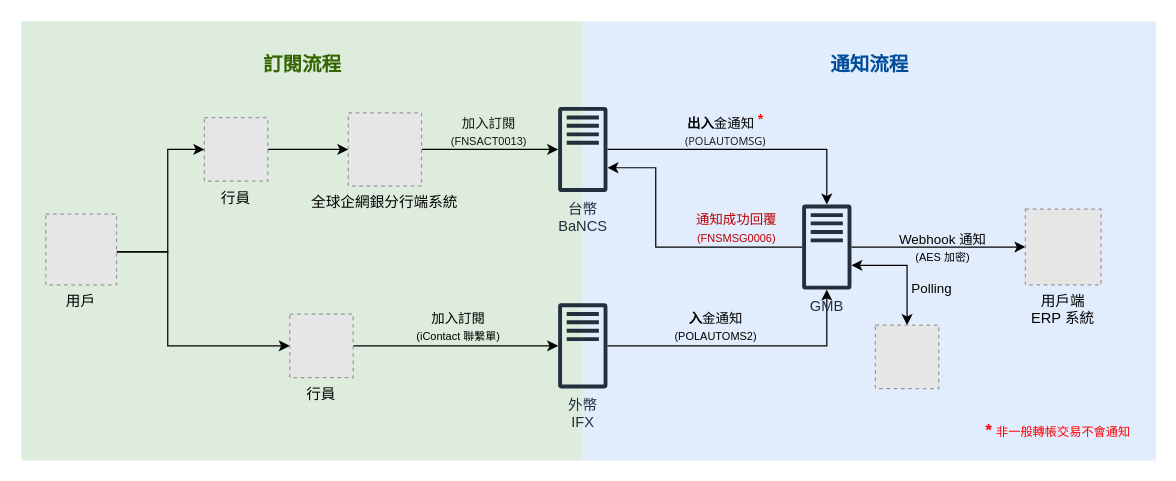
Above: page "新加坡入金通知流程圖" (2 of 2) of 主動入金通知.drawio in Wayne-Kao/draw.io (draw.io), before the change. Source tidied: cells renumbered, new cells numbered last; positions are measured from the earlier drawing's top-left corner, leaving out a move shared by most shapes. Both pictures are drawn from the tidied source at 122%, with x=0, y=0 at pixel (21, 21). Pictures stored in the file or linked from it are replaced by grey dashed boxes.
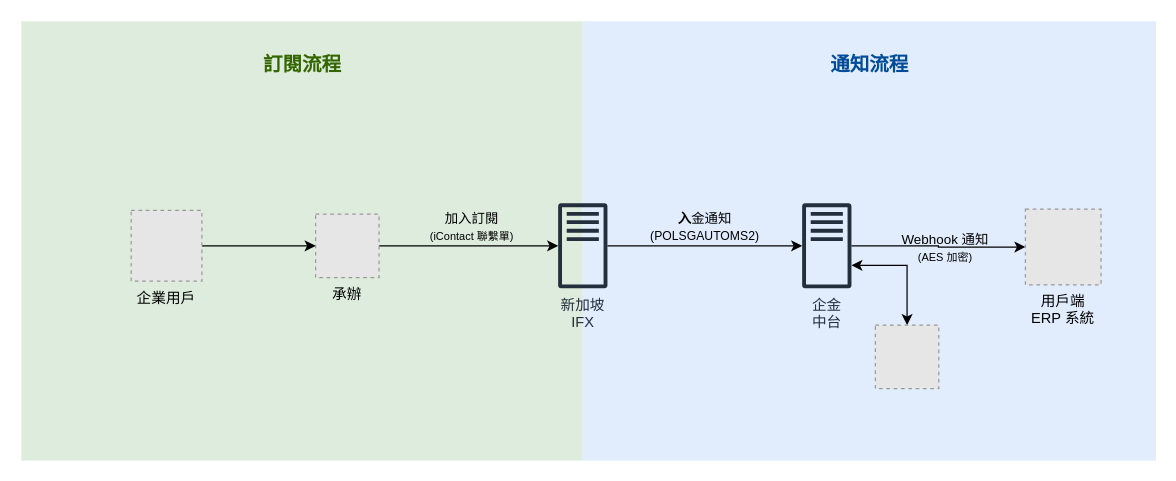
After the change.

The change refers to these unchanged cells:
```xml
<mxCell id="7" style="edgeStyle=orthogonalEdgeStyle;rounded=0;jettySize=auto;html=1;" parent="1" edge="1" source="9" target="29">
  <mxGeometry relative="1" as="geometry" />
</mxCell>
<mxCell id="27" style="edgeStyle=orthogonalEdgeStyle;rounded=0;jettySize=auto;html=1;entryX=0.5;entryY=0;entryDx=0;entryDy=0;startArrow=classic;startFill=1;" parent="1" edge="1" source="29" target="30">
  <mxGeometry relative="1" as="geometry">
    <Array as="points">
      <mxPoint x="726" y="200" />
    </Array>
  </mxGeometry>
</mxCell>
```

Change to the diagram source:
```diff
@@
-    <mxCell id="4" style="edgeStyle=orthogonalEdgeStyle;rounded=0;jettySize=auto;html=1;" parent="1" edge="1" source="6" target="29">
-      <mxGeometry relative="1" as="geometry" />
-    </mxCell>
-    <mxCell id="5" value="&lt;span&gt;&lt;font&gt;&lt;span style=&quot;font-family: &amp;quot;Segoe UI VSS (Regular)&amp;quot;, &amp;quot;Segoe UI&amp;quot;, -apple-system, BlinkMacSystemFont, Roboto, &amp;quot;Helvetica Neue&amp;quot;, Helvetica, Ubuntu, Arial, sans-serif, &amp;quot;Apple Color Emoji&amp;quot;, &amp;quot;Segoe UI Emoji&amp;quot;, &amp;quot;Segoe UI Symbol&amp;quot;; text-align: start; text-wrap-mode: wrap;&quot;&gt;&lt;b&gt;出入&lt;/b&gt;金通知 &lt;sup&gt;&lt;b&gt;&lt;font style=&quot;color: rgb(255, 0, 0);&quot;&gt;*&lt;/font&gt;&lt;/b&gt;&lt;/sup&gt;&lt;br&gt;&lt;/span&gt;&lt;span style=&quot;box-sizing: border-box; color: rgba(0, 0, 0, 0.9); font-family: &amp;quot;Segoe UI VSS (Regular)&amp;quot;, &amp;quot;Segoe UI&amp;quot;, -apple-system, BlinkMacSystemFont, Roboto, &amp;quot;Helvetica Neue&amp;quot;, Helvetica, Ubuntu, Arial, sans-serif, &amp;quot;Apple Color Emoji&amp;quot;, &amp;quot;Segoe UI Emoji&amp;quot;, &amp;quot;Segoe UI Symbol&amp;quot;; text-align: start; text-wrap-mode: wrap;&quot;&gt;&lt;font style=&quot;font-size: 9px;&quot;&gt;(POLAUTOMSG)&lt;/font&gt;&lt;/span&gt;&lt;/font&gt;&lt;/span&gt;" style="edgeLabel;html=1;align=center;verticalAlign=middle;labelBackgroundColor=none;" parent="4" vertex="1">
-      <mxGeometry x="-0.15" y="-2" relative="1" as="geometry">
-        <mxPoint y="-19" as="offset" />
-      </mxGeometry>
-    </mxCell>
-    <mxCell id="6" value="台幣&lt;br&gt;BaNCS" style="sketch=0;outlineConnect=0;fontColor=#232F3E;gradientColor=none;fillColor=#232F3D;strokeColor=none;dashed=0;verticalLabelPosition=bottom;verticalAlign=top;align=center;html=1;fontSize=12;fontStyle=0;shape=mxgraph.aws4.traditional_server;" parent="1" vertex="1">
-      <mxGeometry x="440" y="70" width="40.4" height="70" as="geometry" />
-    </mxCell>
@@
-    <mxCell id="8" value="&lt;span&gt;&lt;b&gt;入&lt;/b&gt;金通知&lt;br&gt;&lt;font style=&quot;font-size: 9px;&quot;&gt;(POLAUTOMS2)&lt;/font&gt;&lt;/span&gt;" style="edgeLabel;html=1;align=center;verticalAlign=middle;labelBackgroundColor=none;" parent="7" vertex="1">
+    <mxCell id="8" value="&lt;span&gt;&lt;b&gt;入&lt;/b&gt;金通知&lt;br&gt;&lt;font style=&quot;&quot;&gt;&lt;font style=&quot;font-size: 10px;&quot;&gt;(POLSGAUTOMS2)&lt;/font&gt;&lt;/font&gt;&lt;/span&gt;" style="edgeLabel;html=1;align=center;verticalAlign=middle;labelBackgroundColor=none;" parent="7" vertex="1">
       <mxGeometry x="-0.08" y="-1" relative="1" as="geometry">
-        <mxPoint x="-16" y="-17" as="offset" />
+        <mxPoint x="6" y="-17" as="offset" />
       </mxGeometry>
     </mxCell>
-    <mxCell id="9" value="外幣&lt;br&gt;IFX" style="sketch=0;outlineConnect=0;fontColor=#232F3E;gradientColor=none;fillColor=#232F3D;strokeColor=none;dashed=0;verticalLabelPosition=bottom;verticalAlign=top;align=center;html=1;fontSize=12;fontStyle=0;shape=mxgraph.aws4.traditional_server;" parent="1" vertex="1">
-      <mxGeometry x="440" y="231" width="40.4" height="70" as="geometry" />
+    <mxCell id="9" value="新加坡&lt;br&gt;IFX" style="sketch=0;outlineConnect=0;fontColor=#232F3E;gradientColor=none;fillColor=#232F3D;strokeColor=none;dashed=0;verticalLabelPosition=bottom;verticalAlign=top;align=center;html=1;fontSize=12;fontStyle=0;shape=mxgraph.aws4.traditional_server;" parent="1" vertex="1">
+      <mxGeometry x="440" y="149" width="40.4" height="70" as="geometry" />
     </mxCell>
-    <mxCell id="10" style="edgeStyle=orthogonalEdgeStyle;rounded=0;jettySize=auto;html=1;" parent="1" edge="1" source="12" target="6">
-      <mxGeometry relative="1" as="geometry" />
-    </mxCell>
-    <mxCell id="11" value="&lt;span style=&quot;color: rgba(0, 0, 0, 0.9); text-align: start; text-wrap-mode: wrap;&quot;&gt;&lt;font style=&quot;&quot; face=&quot;Helvetica&quot;&gt;加入訂閱&lt;br&gt;&lt;font style=&quot;font-size: 9px;&quot;&gt;&amp;nbsp;(FNSACT0013)&amp;nbsp;&lt;/font&gt;&lt;/font&gt;&lt;/span&gt;" style="edgeLabel;html=1;align=center;verticalAlign=middle;labelBackgroundColor=none;" parent="10" vertex="1">
-      <mxGeometry x="-0.08" y="-1" relative="1" as="geometry">
-        <mxPoint x="2" y="-16" as="offset" />
-      </mxGeometry>
-    </mxCell>
-    <mxCell id="12" value="全球企網銀分行端系統" style="fillColor=#E6E6E6;strokeColor=#999999;dashed=1;verticalLabelPosition=bottom;labelBackgroundColor=none;verticalAlign=top;" parent="1" vertex="1">
-      <mxGeometry x="268" y="75" width="60" height="60" as="geometry" />
-    </mxCell>
-    <mxCell id="13" style="edgeStyle=orthogonalEdgeStyle;rounded=0;jettySize=auto;html=1;entryX=0;entryY=0.5;entryDx=0;entryDy=0;" parent="1" edge="1" source="14" target="12">
-      <mxGeometry relative="1" as="geometry" />
-    </mxCell>
-    <mxCell id="14" value="行員" style="fillColor=#E6E6E6;strokeColor=#999999;dashed=1;verticalLabelPosition=bottom;labelBackgroundColor=none;verticalAlign=top;" parent="1" vertex="1">
-      <mxGeometry x="150" y="79" width="52" height="52" as="geometry" />
-    </mxCell>
-    <mxCell id="15" style="edgeStyle=orthogonalEdgeStyle;rounded=0;jettySize=auto;html=1;entryX=0;entryY=0.5;entryDx=0;entryDy=0;" parent="1" edge="1" source="17" target="14">
-      <mxGeometry relative="1" as="geometry">
-        <Array as="points">
-          <mxPoint x="120" y="189" />
-          <mxPoint x="120" y="105" />
-        </Array>
-      </mxGeometry>
-    </mxCell>
     <mxCell id="16" style="edgeStyle=orthogonalEdgeStyle;rounded=0;jettySize=auto;html=1;entryX=0;entryY=0.5;entryDx=0;entryDy=0;" parent="1" edge="1" source="17" target="20">
-      <mxGeometry relative="1" as="geometry">
-        <Array as="points">
-          <mxPoint x="120" y="189" />
-          <mxPoint x="120" y="266" />
-        </Array>
-      </mxGeometry>
+      <mxGeometry relative="1" as="geometry" />
     </mxCell>
-    <mxCell id="17" value="用戶" style="fillColor=#E6E6E6;strokeColor=#999999;dashed=1;verticalLabelPosition=bottom;labelBackgroundColor=none;verticalAlign=top;" parent="1" vertex="1">
-      <mxGeometry x="20" y="158" width="58" height="58" as="geometry" />
+    <mxCell id="17" value="企業用戶" style="fillColor=#E6E6E6;strokeColor=#999999;dashed=1;verticalLabelPosition=bottom;labelBackgroundColor=none;verticalAlign=top;" parent="1" vertex="1">
+      <mxGeometry x="90" y="155" width="58" height="58" as="geometry" />
     </mxCell>
@@
-    <mxCell id="20" value="行員" style="fillColor=#E6E6E6;strokeColor=#999999;dashed=1;verticalLabelPosition=bottom;labelBackgroundColor=none;verticalAlign=top;" parent="1" vertex="1">
-      <mxGeometry x="220" y="240" width="52" height="52" as="geometry" />
+    <mxCell id="20" value="承辦" style="fillColor=#E6E6E6;strokeColor=#999999;dashed=1;verticalLabelPosition=bottom;labelBackgroundColor=none;verticalAlign=top;" parent="1" vertex="1">
+      <mxGeometry x="241.2" y="158" width="52" height="52" as="geometry" />
     </mxCell>
@@
-    <mxCell id="23" style="edgeStyle=orthogonalEdgeStyle;rounded=0;jettySize=auto;html=1;" parent="1" edge="1" source="29" target="6">
-      <mxGeometry relative="1" as="geometry">
-        <Array as="points">
-          <mxPoint x="520" y="185" />
-          <mxPoint x="520" y="120" />
-        </Array>
-      </mxGeometry>
-    </mxCell>
-    <mxCell id="24" value="&lt;div style=&quot;&quot;&gt;&lt;span style=&quot;text-wrap-mode: wrap;&quot;&gt;&lt;font color=&quot;rgba(0, 0, 0, 0.9)&quot; face=&quot;Segoe UI VSS (Regular), Segoe UI, -apple-system, BlinkMacSystemFont, Roboto, Helvetica Neue, Helvetica, Ubuntu, Arial, sans-serif, Apple Color Emoji, Segoe UI Emoji, Segoe UI Symbol&quot;&gt;通知成功回覆&lt;/font&gt;&lt;/span&gt;&lt;/div&gt;&lt;div style=&quot;&quot;&gt;&lt;span style=&quot;text-wrap-mode: wrap;&quot;&gt;&lt;font color=&quot;rgba(0, 0, 0, 0.9)&quot; face=&quot;Segoe UI VSS (Regular), Segoe UI, -apple-system, BlinkMacSystemFont, Roboto, Helvetica Neue, Helvetica, Ubuntu, Arial, sans-serif, Apple Color Emoji, Segoe UI Emoji, Segoe UI Symbol&quot;&gt;&lt;font style=&quot;font-size: 9px;&quot;&gt;&amp;nbsp;(FNSMSG0006)&amp;nbsp;&lt;/font&gt;&lt;/font&gt;&lt;/span&gt;&lt;/div&gt;" style="edgeLabel;html=1;align=center;verticalAlign=middle;labelBackgroundColor=none;" parent="23" vertex="1">
-      <mxGeometry x="-0.37" y="2" relative="1" as="geometry">
-        <mxPoint x="16" y="-18" as="offset" />
-      </mxGeometry>
-    </mxCell>
@@
-    <mxCell id="28" value="Polling " style="edgeLabel;html=1;align=center;verticalAlign=middle;labelBackgroundColor=none;" parent="27" vertex="1">
-      <mxGeometry x="-0.16" y="-4" relative="1" as="geometry">
-        <mxPoint x="25" y="14" as="offset" />
-      </mxGeometry>
-    </mxCell>
-    <mxCell id="29" value="&lt;div&gt;&lt;span style=&quot;background-color: transparent; color: light-dark(rgb(35, 47, 62), rgb(189, 199, 212));&quot;&gt;GMB&lt;/span&gt;&lt;/div&gt;" style="sketch=0;outlineConnect=0;fontColor=#232F3E;gradientColor=none;fillColor=#232F3D;strokeColor=none;dashed=0;verticalLabelPosition=bottom;verticalAlign=top;align=center;html=1;fontSize=12;fontStyle=0;shape=mxgraph.aws4.traditional_server;" parent="1" vertex="1">
-      <mxGeometry x="640" y="150" width="40.4" height="70" as="geometry" />
+    <mxCell id="29" value="企金&lt;br&gt;中台" style="sketch=0;outlineConnect=0;fontColor=#232F3E;gradientColor=none;fillColor=#232F3D;strokeColor=none;dashed=0;verticalLabelPosition=bottom;verticalAlign=top;align=center;html=1;fontSize=12;fontStyle=0;shape=mxgraph.aws4.traditional_server;" parent="1" vertex="1">
+      <mxGeometry x="640" y="149" width="40.4" height="70" as="geometry" />
     </mxCell>
@@
-    <mxCell id="32" value="&lt;font style=&quot;font-size: 14px; color: rgb(255, 0, 0);&quot;&gt;&lt;b&gt;*&lt;/b&gt;&lt;/font&gt;&lt;font&gt;&lt;b style=&quot;color: light-dark(rgb(0, 0, 0), rgb(237, 237, 237));&quot;&gt;&amp;nbsp;&lt;/b&gt;&lt;font style=&quot;font-size: 10px; color: rgb(255, 0, 0);&quot;&gt;非一般轉帳交易不會通知&lt;/font&gt;&lt;/font&gt;" style="text;html=1;whiteSpace=wrap;strokeColor=none;fillColor=none;align=center;verticalAlign=middle;rounded=0;" parent="1" vertex="1">
-      <mxGeometry x="770" y="320" width="160" height="30" as="geometry" />
-    </mxCell>
```
